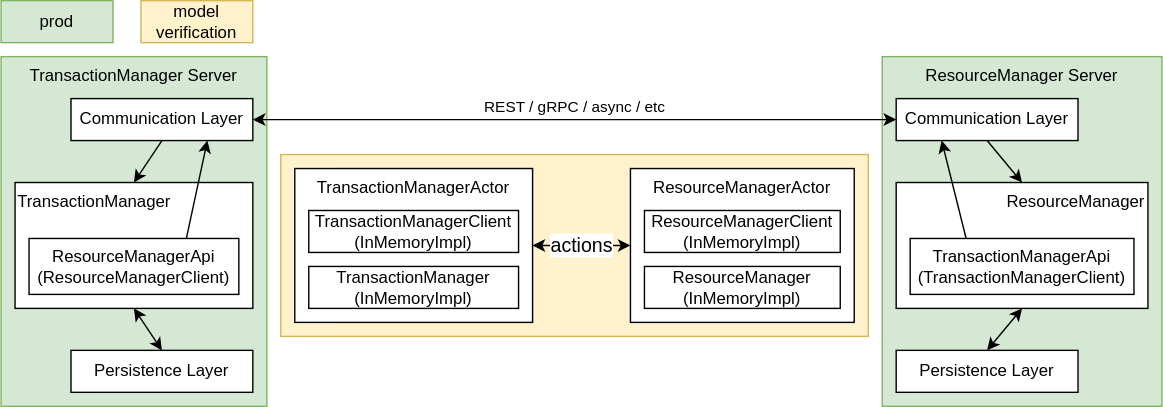
This is doc/overcooked.svg from stephen-hlx/overcooked, a draw.io export, as it was before one commit. Source tidied: cells renumbered, new cells last; positions are measured from the earlier drawing's top-left corner, leaving out a move shared by most shapes.
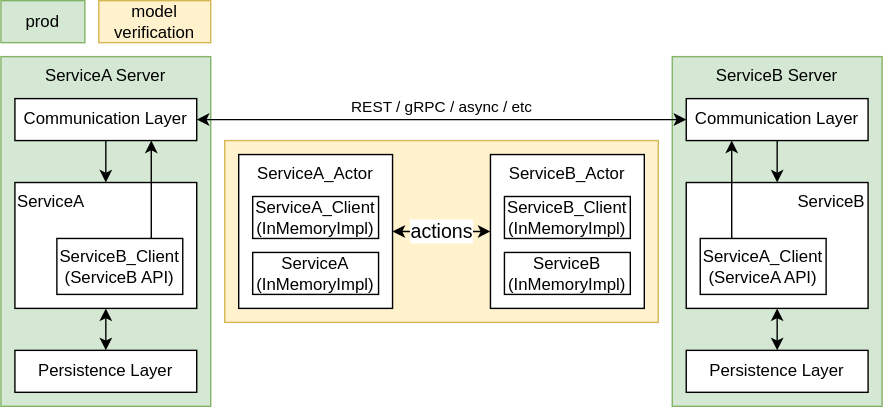
After the change.

The edit, as a diff of the source:
```diff
@@ -2,101 +2,95 @@
   <root>
     <mxCell id="0" />
     <mxCell id="1" parent="0" />
-    <mxCell id="2" value="TransactionManager Server" style="rounded=0;whiteSpace=wrap;html=1;verticalAlign=top;fillColor=#d5e8d4;strokeColor=#82b366;" parent="1" vertex="1">
-      <mxGeometry y="40" width="190" height="250" as="geometry" />
-    </mxCell>
     <mxCell id="3" value="prod" style="rounded=0;whiteSpace=wrap;html=1;fillColor=#d5e8d4;strokeColor=#82b366;" parent="1" vertex="1">
-      <mxGeometry width="80" height="30" as="geometry" />
+      <mxGeometry x="40" width="60" height="30" as="geometry" />
     </mxCell>
     <mxCell id="4" value="model verification" style="rounded=0;whiteSpace=wrap;html=1;fillColor=#fff2cc;strokeColor=#d6b656;direction=south;" parent="1" vertex="1">
-      <mxGeometry x="100" width="80" height="30" as="geometry" />
+      <mxGeometry x="110" width="80" height="30" as="geometry" />
     </mxCell>
-    <mxCell id="5" style="group;" parent="1" vertex="1">
-      <mxGeometry x="630" y="40" width="200" height="250" as="geometry" />
-    </mxCell>
-    <mxCell id="6" value="ResourceManager Server" style="rounded=0;whiteSpace=wrap;html=1;verticalAlign=top;fillColor=#d5e8d4;strokeColor=#82b366;" parent="5" vertex="1">
-      <mxGeometry width="200" height="250" as="geometry" />
-    </mxCell>
-    <mxCell id="7" value="Communication Layer" style="rounded=0;whiteSpace=wrap;html=1;" parent="5" vertex="1">
-      <mxGeometry x="10" y="30" width="130" height="30" as="geometry" />
-    </mxCell>
-    <mxCell id="8" style="endArrow=classic;html=1;rounded=0;exitX=0.5;exitY=1;exitDx=0;exitDy=0;entryX=0.5;entryY=0;entryDx=0;entryDy=0;" parent="5" edge="1" source="7" target="11">
-      <mxGeometry relative="1" as="geometry" />
-    </mxCell>
-    <mxCell id="9" value="Persistence Layer" style="rounded=0;whiteSpace=wrap;html=1;" parent="5" vertex="1">
-      <mxGeometry x="10" y="210" width="130" height="30" as="geometry" />
-    </mxCell>
-    <mxCell id="10" style="endArrow=classic;startArrow=classic;html=1;rounded=0;exitX=0.5;exitY=0;exitDx=0;exitDy=0;entryX=0.5;entryY=1;entryDx=0;entryDy=0;" parent="5" edge="1" source="9" target="11">
-      <mxGeometry relative="1" as="geometry" />
-    </mxCell>
-    <mxCell id="11" value="ResourceManager" style="rounded=0;whiteSpace=wrap;html=1;align=right;verticalAlign=top;" parent="5" vertex="1">
-      <mxGeometry x="10" y="90" width="180" height="90" as="geometry" />
-    </mxCell>
-    <mxCell id="12" value="TransactionManagerApi&lt;br&gt;(TransactionManagerClient)" style="rounded=0;whiteSpace=wrap;html=1;" parent="5" vertex="1">
-      <mxGeometry x="20" y="130" width="160" height="40" as="geometry" />
-    </mxCell>
-    <mxCell id="13" style="endArrow=classic;html=1;rounded=0;exitX=0.25;exitY=0;exitDx=0;exitDy=0;entryX=0.25;entryY=1;entryDx=0;entryDy=0;" parent="5" edge="1" source="12" target="7">
-      <mxGeometry relative="1" as="geometry" />
-    </mxCell>
-    <mxCell id="14" value="REST / gRPC / async / etc" style="endArrow=classic;startArrow=classic;html=1;rounded=0;exitX=1;exitY=0.5;exitDx=0;exitDy=0;entryX=0;entryY=0.5;entryDx=0;entryDy=0;verticalAlign=bottom;" parent="1" edge="1" source="27" target="7">
-      <mxGeometry relative="1" as="geometry" />
-    </mxCell>
-    <mxCell id="15" style="group;" parent="1" vertex="1">
-      <mxGeometry x="200" y="110" width="420" height="130" as="geometry" />
-    </mxCell>
+    <mxCell id="34" style="group;" parent="1" vertex="1">
+      <mxGeometry x="200" y="100" width="310" height="130" as="geometry" />
+    </mxCell>
-    <mxCell id="16" style="rounded=0;whiteSpace=wrap;html=1;fillColor=#fff2cc;strokeColor=#d6b656;" parent="15" vertex="1">
-      <mxGeometry width="420" height="130" as="geometry" />
+    <mxCell id="16" style="rounded=0;whiteSpace=wrap;html=1;fillColor=#fff2cc;strokeColor=#d6b656;" parent="34" vertex="1">
+      <mxGeometry width="310" height="130" as="geometry" />
     </mxCell>
-    <mxCell id="17" style="group;" parent="15" vertex="1">
-      <mxGeometry x="250" y="10" width="160" height="110" as="geometry" />
-    </mxCell>
-    <mxCell id="18" value="ResourceManagerActor" style="rounded=0;whiteSpace=wrap;html=1;verticalAlign=top;" parent="17" vertex="1">
-      <mxGeometry width="160" height="110" as="geometry" />
+    <mxCell id="18" value="ServiceB_Actor" style="rounded=0;whiteSpace=wrap;html=1;verticalAlign=top;" parent="34" vertex="1">
+      <mxGeometry x="190" y="10" width="110" height="110" as="geometry" />
     </mxCell>
-    <mxCell id="19" value="ResourceManager&lt;br&gt;(InMemoryImpl)" style="rounded=0;whiteSpace=wrap;html=1;" parent="17" vertex="1">
-      <mxGeometry x="10" y="70" width="140" height="30" as="geometry" />
+    <mxCell id="19" value="ServiceB&lt;br&gt;(InMemoryImpl)" style="rounded=0;whiteSpace=wrap;html=1;" parent="34" vertex="1">
+      <mxGeometry x="200" y="80" width="90" height="30" as="geometry" />
     </mxCell>
-    <mxCell id="20" value="ResourceManagerClient&lt;br&gt;(InMemoryImpl)" style="rounded=0;whiteSpace=wrap;html=1;" parent="17" vertex="1">
-      <mxGeometry x="10" y="30" width="140" height="30" as="geometry" />
+    <mxCell id="20" value="ServiceB_Client&lt;br&gt;(InMemoryImpl)" style="rounded=0;whiteSpace=wrap;html=1;" parent="34" vertex="1">
+      <mxGeometry x="200" y="40" width="90" height="30" as="geometry" />
     </mxCell>
-    <mxCell id="21" value="e" style="group;" parent="15" vertex="1">
-      <mxGeometry x="10" y="10" width="170" height="110" as="geometry" />
-    </mxCell>
-    <mxCell id="22" style="group;fillColor=#fff2cc;strokeColor=#d6b656;" parent="21" vertex="1">
-      <mxGeometry x="30" width="140" height="110" as="geometry" />
-    </mxCell>
-    <mxCell id="23" value="TransactionManagerActor" style="rounded=0;whiteSpace=wrap;html=1;verticalAlign=top;" parent="21" vertex="1">
-      <mxGeometry width="170" height="110" as="geometry" />
+    <mxCell id="23" value="ServiceA_Actor" style="rounded=0;whiteSpace=wrap;html=1;verticalAlign=top;" parent="34" vertex="1">
+      <mxGeometry x="10" y="10" width="110" height="110" as="geometry" />
     </mxCell>
-    <mxCell id="24" value="TransactionManager&lt;br&gt;(InMemoryImpl)" style="rounded=0;whiteSpace=wrap;html=1;" parent="21" vertex="1">
-      <mxGeometry x="10" y="70" width="150" height="30" as="geometry" />
+    <mxCell id="24" value="ServiceA&lt;br&gt;(InMemoryImpl)" style="rounded=0;whiteSpace=wrap;html=1;" parent="34" vertex="1">
+      <mxGeometry x="20" y="80" width="90" height="30" as="geometry" />
     </mxCell>
-    <mxCell id="25" value="TransactionManagerClient&lt;br&gt;(InMemoryImpl)" style="rounded=0;whiteSpace=wrap;html=1;" parent="21" vertex="1">
-      <mxGeometry x="10" y="30" width="150" height="30" as="geometry" />
+    <mxCell id="25" value="ServiceA_Client&lt;br&gt;(InMemoryImpl)" style="rounded=0;whiteSpace=wrap;html=1;" parent="34" vertex="1">
+      <mxGeometry x="20" y="40" width="90" height="30" as="geometry" />
     </mxCell>
-    <mxCell id="26" value="actions" style="endArrow=classic;startArrow=classic;html=1;rounded=0;exitX=1;exitY=0.5;exitDx=0;exitDy=0;entryX=0;entryY=0.5;entryDx=0;entryDy=0;fontSize=14;" parent="15" edge="1" source="23" target="18">
+    <mxCell id="26" value="actions" style="endArrow=classic;startArrow=classic;html=1;rounded=0;exitX=1;exitY=0.5;exitDx=0;exitDy=0;entryX=0;entryY=0.5;entryDx=0;entryDy=0;fontSize=14;" parent="34" edge="1" source="23" target="18">
       <mxGeometry relative="1" as="geometry" />
     </mxCell>
+    <mxCell id="35" style="group;" parent="1" vertex="1">
+      <mxGeometry x="520" y="40" width="150" height="250" as="geometry" />
+    </mxCell>
+    <mxCell id="36" value="ServiceB Server" style="rounded=0;whiteSpace=wrap;html=1;verticalAlign=top;fillColor=#d5e8d4;strokeColor=#82b366;" parent="35" vertex="1">
+      <mxGeometry width="150" height="250" as="geometry" />
+    </mxCell>
+    <mxCell id="7" value="Communication Layer" style="rounded=0;whiteSpace=wrap;html=1;" parent="35" vertex="1">
+      <mxGeometry x="10" y="30" width="130" height="30" as="geometry" />
+    </mxCell>
+    <mxCell id="37" style="endArrow=classic;html=1;rounded=0;exitX=0.5;exitY=1;exitDx=0;exitDy=0;entryX=0.5;entryY=0;entryDx=0;entryDy=0;" parent="35" edge="1" source="7" target="39">
+      <mxGeometry relative="1" as="geometry" />
+    </mxCell>
+    <mxCell id="9" value="Persistence Layer" style="rounded=0;whiteSpace=wrap;html=1;" parent="35" vertex="1">
+      <mxGeometry x="10" y="210" width="130" height="30" as="geometry" />
+    </mxCell>
+    <mxCell id="38" style="endArrow=classic;startArrow=classic;html=1;rounded=0;exitX=0.5;exitY=0;exitDx=0;exitDy=0;entryX=0.5;entryY=1;entryDx=0;entryDy=0;" parent="35" edge="1" source="9" target="39">
+      <mxGeometry relative="1" as="geometry" />
+    </mxCell>
+    <mxCell id="39" value="ServiceB" style="rounded=0;whiteSpace=wrap;html=1;align=right;verticalAlign=top;" parent="35" vertex="1">
+      <mxGeometry x="10" y="90" width="130" height="90" as="geometry" />
+    </mxCell>
+    <mxCell id="40" value="ServiceA_Client&lt;br&gt;(ServiceA API)" style="rounded=0;whiteSpace=wrap;html=1;" parent="35" vertex="1">
+      <mxGeometry x="20" y="130" width="90" height="40" as="geometry" />
+    </mxCell>
+    <mxCell id="41" style="endArrow=classic;html=1;rounded=0;exitX=0.25;exitY=0;exitDx=0;exitDy=0;entryX=0.25;entryY=1;entryDx=0;entryDy=0;" parent="35" edge="1" source="40" target="7">
+      <mxGeometry relative="1" as="geometry" />
+    </mxCell>
+    <mxCell id="42" style="group;" parent="1" vertex="1">
+      <mxGeometry x="40" y="40" width="150" height="250" as="geometry" />
+    </mxCell>
+    <mxCell id="2" value="ServiceA Server" style="rounded=0;whiteSpace=wrap;html=1;verticalAlign=top;fillColor=#d5e8d4;strokeColor=#82b366;" parent="42" vertex="1">
+      <mxGeometry width="150" height="250" as="geometry" />
+    </mxCell>
-    <mxCell id="27" value="Communication Layer" style="rounded=0;whiteSpace=wrap;html=1;" parent="1" vertex="1">
-      <mxGeometry x="50" y="70" width="130" height="30" as="geometry" />
+    <mxCell id="27" value="Communication Layer" style="rounded=0;whiteSpace=wrap;html=1;" parent="42" vertex="1">
+      <mxGeometry x="10" y="30" width="130" height="30" as="geometry" />
     </mxCell>
-    <mxCell id="28" style="endArrow=classic;html=1;rounded=0;exitX=0.5;exitY=1;exitDx=0;exitDy=0;entryX=0.5;entryY=0;entryDx=0;entryDy=0;" parent="1" edge="1" source="27" target="31">
+    <mxCell id="28" style="endArrow=classic;html=1;rounded=0;exitX=0.5;exitY=1;exitDx=0;exitDy=0;entryX=0.5;entryY=0;entryDx=0;entryDy=0;" parent="42" edge="1" source="27" target="31">
       <mxGeometry relative="1" as="geometry" />
     </mxCell>
-    <mxCell id="29" value="Persistence Layer" style="rounded=0;whiteSpace=wrap;html=1;" parent="1" vertex="1">
-      <mxGeometry x="50" y="250" width="130" height="30" as="geometry" />
+    <mxCell id="29" value="Persistence Layer" style="rounded=0;whiteSpace=wrap;html=1;" parent="42" vertex="1">
+      <mxGeometry x="10" y="210" width="130" height="30" as="geometry" />
     </mxCell>
-    <mxCell id="30" style="endArrow=classic;startArrow=classic;html=1;rounded=0;exitX=0.5;exitY=0;exitDx=0;exitDy=0;entryX=0.5;entryY=1;entryDx=0;entryDy=0;" parent="1" edge="1" source="29" target="31">
+    <mxCell id="30" style="endArrow=classic;startArrow=classic;html=1;rounded=0;exitX=0.5;exitY=0;exitDx=0;exitDy=0;entryX=0.5;entryY=1;entryDx=0;entryDy=0;" parent="42" edge="1" source="29" target="31">
       <mxGeometry relative="1" as="geometry" />
     </mxCell>
-    <mxCell id="31" value="TransactionManager" style="rounded=0;whiteSpace=wrap;html=1;align=left;verticalAlign=top;" parent="1" vertex="1">
-      <mxGeometry x="10" y="130" width="170" height="90" as="geometry" />
+    <mxCell id="31" value="ServiceA" style="rounded=0;whiteSpace=wrap;html=1;align=left;verticalAlign=top;" parent="42" vertex="1">
+      <mxGeometry x="10" y="90" width="130" height="90" as="geometry" />
     </mxCell>
-    <mxCell id="32" value="ResourceManagerApi&lt;br&gt;(ResourceManagerClient)" style="rounded=0;whiteSpace=wrap;html=1;" parent="1" vertex="1">
-      <mxGeometry x="20" y="170" width="150" height="40" as="geometry" />
+    <mxCell id="32" value="ServiceB_Client&lt;br&gt;(ServiceB API)" style="rounded=0;whiteSpace=wrap;html=1;" parent="42" vertex="1">
+      <mxGeometry x="40" y="130" width="90" height="40" as="geometry" />
     </mxCell>
-    <mxCell id="33" style="endArrow=classic;html=1;rounded=0;exitX=0.75;exitY=0;exitDx=0;exitDy=0;entryX=0.75;entryY=1;entryDx=0;entryDy=0;" parent="1" edge="1" source="32" target="27">
+    <mxCell id="33" style="endArrow=classic;html=1;rounded=0;exitX=0.75;exitY=0;exitDx=0;exitDy=0;entryX=0.75;entryY=1;entryDx=0;entryDy=0;" parent="42" edge="1" source="32" target="27">
       <mxGeometry relative="1" as="geometry" />
     </mxCell>
+    <mxCell id="14" value="REST / gRPC / async / etc" style="endArrow=classic;startArrow=classic;html=1;rounded=0;exitX=1;exitY=0.5;exitDx=0;exitDy=0;verticalAlign=bottom;entryX=0;entryY=0.5;entryDx=0;entryDy=0;" parent="1" edge="1" source="27" target="7">
+      <mxGeometry relative="1" as="geometry" />
+    </mxCell>
   </root>
 </mxGraphModel>
```
